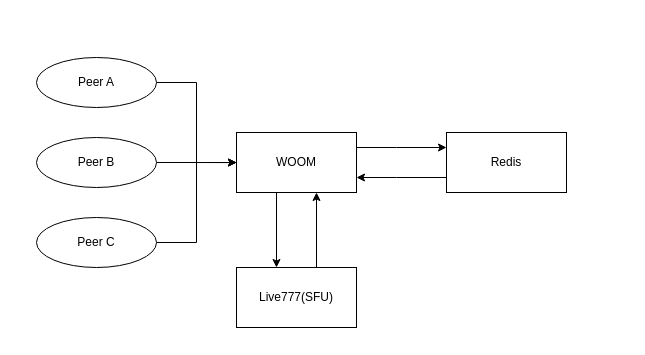
This is webrtc.drawio from xdzqyyds/draw.io, a draw.io file, before an edit. Source tidied: cells renumbered, new cells numbered last; positions are measured from the earlier drawing's top-left corner, leaving out a move shared by most shapes. Both pictures are drawn from the tidied source at 100%, with x=0, y=0 at pixel (36, 57).
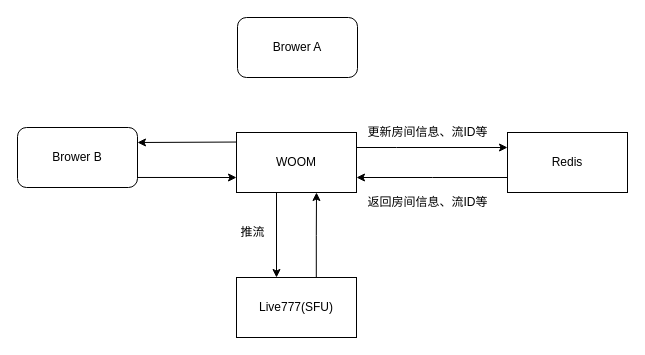
After the change.

Unchanged cells that the change refers to:
```xml
<mxCell id="9" value="WOOM" style="rounded=0;whiteSpace=wrap;html=1;" parent="1" vertex="1">
  <mxGeometry x="200" y="75" width="120" height="60" as="geometry" />
</mxCell>
```

The edit, as a diff of the source:
```diff
@@
-    <mxCell id="2" style="edgeStyle=orthogonalEdgeStyle;rounded=0;jettySize=auto;html=1;exitX=1;exitY=0.5;exitDx=0;exitDy=0;entryX=0;entryY=0.5;entryDx=0;entryDy=0;" parent="1" edge="1" source="3" target="9">
-      <mxGeometry relative="1" as="geometry" />
-    </mxCell>
-    <mxCell id="3" value="Peer A" style="ellipse;whiteSpace=wrap;html=1;" parent="1" vertex="1">
-      <mxGeometry width="120" height="50" as="geometry" />
-    </mxCell>
-    <mxCell id="4" style="edgeStyle=orthogonalEdgeStyle;rounded=0;jettySize=auto;html=1;exitX=1;exitY=0.5;exitDx=0;exitDy=0;" parent="1" edge="1" source="5">
-      <mxGeometry relative="1" as="geometry">
-        <mxPoint x="200" y="105.1" as="targetPoint" />
-      </mxGeometry>
-    </mxCell>
-    <mxCell id="5" value="Peer B" style="ellipse;whiteSpace=wrap;html=1;" parent="1" vertex="1">
-      <mxGeometry y="80" width="120" height="50" as="geometry" />
-    </mxCell>
-    <mxCell id="6" style="edgeStyle=orthogonalEdgeStyle;rounded=0;jettySize=auto;html=1;exitX=1;exitY=0.5;exitDx=0;exitDy=0;entryX=0;entryY=0.5;entryDx=0;entryDy=0;" parent="1" edge="1" source="7" target="9">
-      <mxGeometry relative="1" as="geometry" />
-    </mxCell>
-    <mxCell id="7" value="Peer C" style="ellipse;whiteSpace=wrap;html=1;" parent="1" vertex="1">
-      <mxGeometry y="160" width="120" height="50" as="geometry" />
-    </mxCell>
+    <mxCell id="15" style="rounded=0;jettySize=auto;html=1;exitX=1;exitY=0.833;exitDx=0;exitDy=0;exitPerimeter=0;" parent="1" edge="1" source="20">
+      <mxGeometry relative="1" as="geometry">
+        <mxPoint x="200" y="120" as="targetPoint" />
+      </mxGeometry>
+    </mxCell>
@@
     <mxCell id="10" value="Redis" style="rounded=0;whiteSpace=wrap;html=1;" parent="1" vertex="1">
-      <mxGeometry x="410" y="75" width="120" height="60" as="geometry" />
+      <mxGeometry x="471" y="75" width="120" height="60" as="geometry" />
     </mxCell>
     <mxCell id="11" value="Live777(SFU)" style="rounded=0;whiteSpace=wrap;html=1;" parent="1" vertex="1">
-      <mxGeometry x="200" y="210" width="120" height="60" as="geometry" />
+      <mxGeometry x="200" y="220" width="120" height="60" as="geometry" />
     </mxCell>
-    <mxCell id="12" style="edgeStyle=orthogonalEdgeStyle;rounded=0;orthogonalLoop=1;jettySize=auto;html=1;" parent="1" edge="1">
+    <mxCell id="12" style="edgeStyle=orthogonalEdgeStyle;rounded=0;jettySize=auto;html=1;exitX=0;exitY=0.75;exitDx=0;exitDy=0;" parent="1" edge="1" source="10">
       <mxGeometry relative="1" as="geometry">
-        <mxPoint x="410" y="120" as="sourcePoint" />
         <mxPoint x="320" y="120" as="targetPoint" />
-        <Array as="points">
-          <mxPoint x="360" y="120" />
-          <mxPoint x="360" y="120" />
-        </Array>
       </mxGeometry>
     </mxCell>
-    <mxCell id="13" style="edgeStyle=orthogonalEdgeStyle;rounded=0;orthogonalLoop=1;jettySize=auto;html=1;entryX=0.25;entryY=0;entryDx=0;entryDy=0;" parent="1" edge="1">
+    <mxCell id="13" style="edgeStyle=orthogonalEdgeStyle;rounded=0;orthogonalLoop=1;jettySize=auto;html=1;" parent="1" edge="1">
       <mxGeometry relative="1" as="geometry">
         <mxPoint x="240" y="135" as="sourcePoint" />
-        <mxPoint x="240" y="210" as="targetPoint" />
+        <mxPoint x="240" y="220" as="targetPoint" />
       </mxGeometry>
     </mxCell>
-    <mxCell id="14" style="edgeStyle=orthogonalEdgeStyle;rounded=0;orthogonalLoop=1;jettySize=auto;html=1;entryX=0.25;entryY=0;entryDx=0;entryDy=0;" parent="1" edge="1">
+    <mxCell id="14" style="edgeStyle=orthogonalEdgeStyle;rounded=0;jettySize=auto;html=1;entryX=0.25;entryY=0;entryDx=0;entryDy=0;exitX=0.665;exitY=0.003;exitDx=0;exitDy=0;exitPerimeter=0;" parent="1" edge="1" source="11">
       <mxGeometry relative="1" as="geometry">
-        <mxPoint x="280" y="210" as="sourcePoint" />
         <mxPoint x="280" y="135" as="targetPoint" />
       </mxGeometry>
     </mxCell>
+    <mxCell id="16" value="更新房间信息、流ID等" style="text;html=1;align=center;verticalAlign=middle;strokeColor=none;fillColor=none;" parent="1" vertex="1">
+      <mxGeometry x="321" y="60" width="140" height="30" as="geometry" />
+    </mxCell>
+    <mxCell id="17" value="返回房间信息、流ID等" style="text;html=1;align=center;verticalAlign=middle;strokeColor=none;fillColor=none;" parent="1" vertex="1">
+      <mxGeometry x="321" y="130" width="140" height="30" as="geometry" />
+    </mxCell>
+    <mxCell id="18" value="推流" style="text;html=1;align=center;verticalAlign=middle;strokeColor=none;fillColor=none;" parent="1" vertex="1">
+      <mxGeometry x="191" y="160" width="50" height="30" as="geometry" />
+    </mxCell>
+    <mxCell id="19" style="rounded=0;jettySize=auto;html=1;exitX=0.002;exitY=0.159;exitDx=0;exitDy=0;entryX=1;entryY=0.25;entryDx=0;entryDy=0;exitPerimeter=0;" parent="1" edge="1" source="9" target="20">
+      <mxGeometry relative="1" as="geometry" />
+    </mxCell>
+    <mxCell id="20" value="Brower B" style="rounded=1;whiteSpace=wrap;html=1;" parent="1" vertex="1">
+      <mxGeometry x="-19" y="70" width="120" height="60" as="geometry" />
+    </mxCell>
+    <mxCell id="21" value="Brower A" style="rounded=1;whiteSpace=wrap;html=1;" parent="1" vertex="1">
+      <mxGeometry x="201" y="-40" width="120" height="60" as="geometry" />
+    </mxCell>
```
